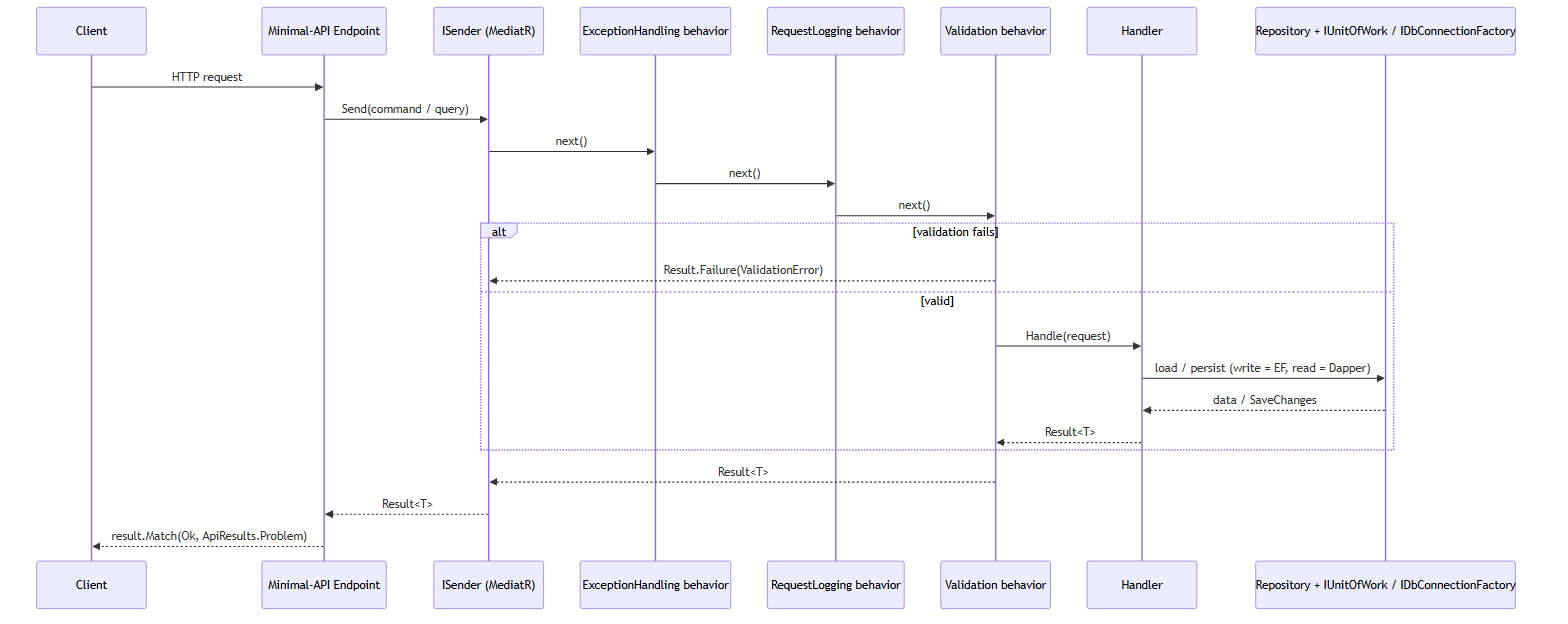
Before: docs/images/cqrs-pipeline.png, a diagram exported from Mermaid (vishipayyallore/evently-engineering). Its source is kept beside it as docs/mermaid-diagrams/cqrs-pipeline.mmd. Its diagram source:
```mermaid
sequenceDiagram
    participant Client
    participant Endpoint as Minimal-API Endpoint
    participant Sender as ISender (MediatR)
    participant Exc as ExceptionHandling behavior
    participant Log as RequestLogging behavior
    participant Val as Validation behavior
    participant Handler
    participant Store as Repository + IUnitOfWork / IDbConnectionFactory

    Client->>Endpoint: HTTP request
    Endpoint->>Sender: Send(command / query)
    Sender->>Exc: next()
    Exc->>Log: next()
    Log->>Val: next()
    alt validation fails
        Val-->>Sender: Result.Failure(ValidationError)
    else valid
        Val->>Handler: Handle(request)
        Handler->>Store: load / persist (write = EF, read = Dapper)
        Store-->>Handler: data / SaveChanges
        Handler-->>Val: Result<T>
    end
    Val-->>Sender: Result<T>
    Sender-->>Endpoint: Result<T>
    Endpoint-->>Client: result.Match(Ok, ApiResults.Problem)
```
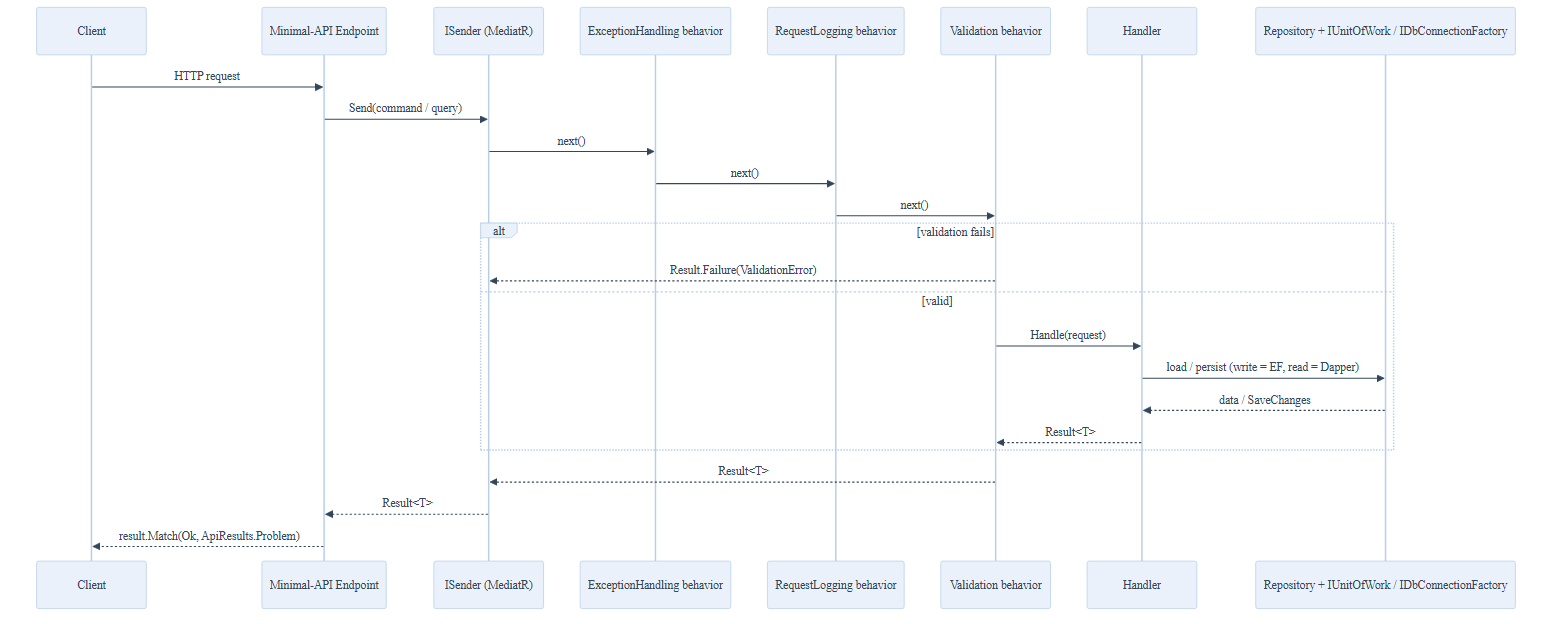
After the change.

Diff of the diagram source:
```diff
@@ -1,3 +1,22 @@
+---
+config:
+  theme: base
+  themeVariables:
+    primaryColor: "#EAF1FB"
+    primaryBorderColor: "#B7CDE8"
+    primaryTextColor: "#33475B"
+    lineColor: "#9FB8D6"
+    secondaryColor: "#EDE7F6"
+    secondaryBorderColor: "#C6BCE0"
+    tertiaryColor: "#E8F5E9"
+    tertiaryBorderColor: "#BBD9BE"
+    clusterBkg: "#F5F8FD"
+    clusterBorder: "#CBD9EC"
+    noteBkgColor: "#FFF8E1"
+    noteBorderColor: "#EAD9A0"
+    messageTextColor: "#5B6B7B"
+    fontFamily: "Segoe UI, Roboto, Helvetica, Arial, sans-serif"
+---
 sequenceDiagram
     participant Client
     participant Endpoint as Minimal-API Endpoint
```
